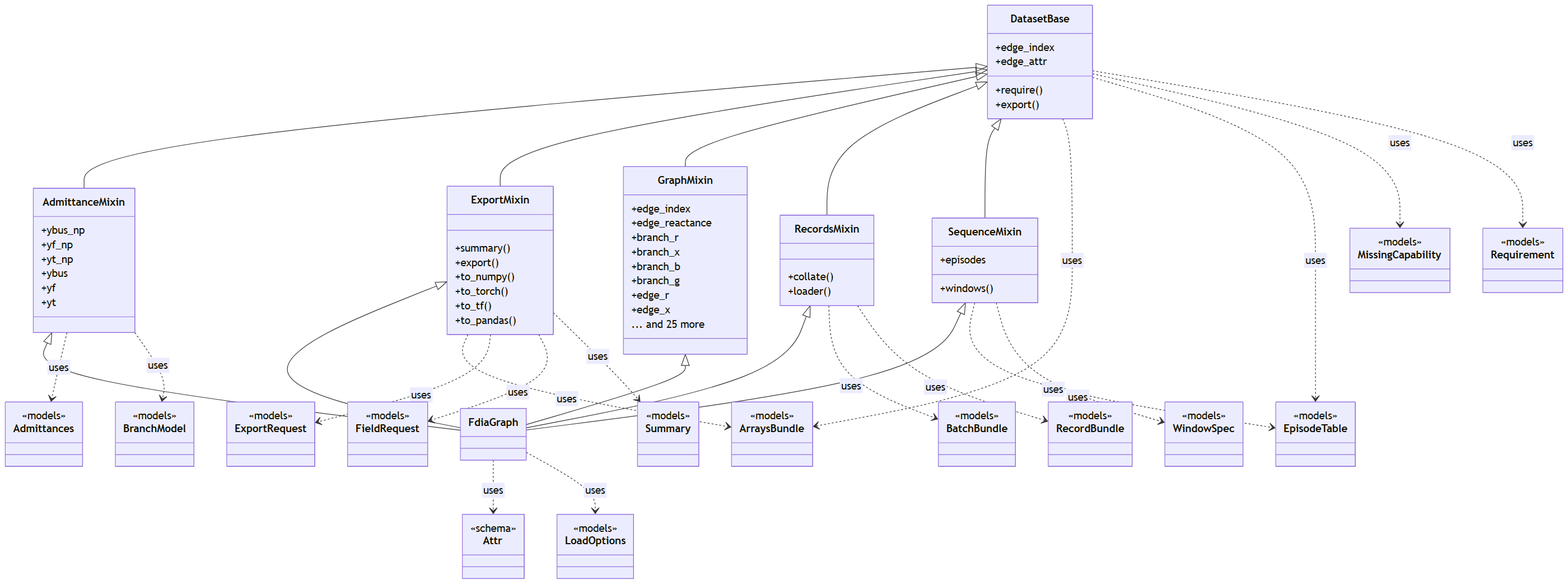
This is docs/figures/diagrams/classes_dataset.png from myersben9/fdia-graph, a Mermaid export, as it was before one commit. Its source is kept beside it as docs/figures/diagrams/classes_dataset.mmd.
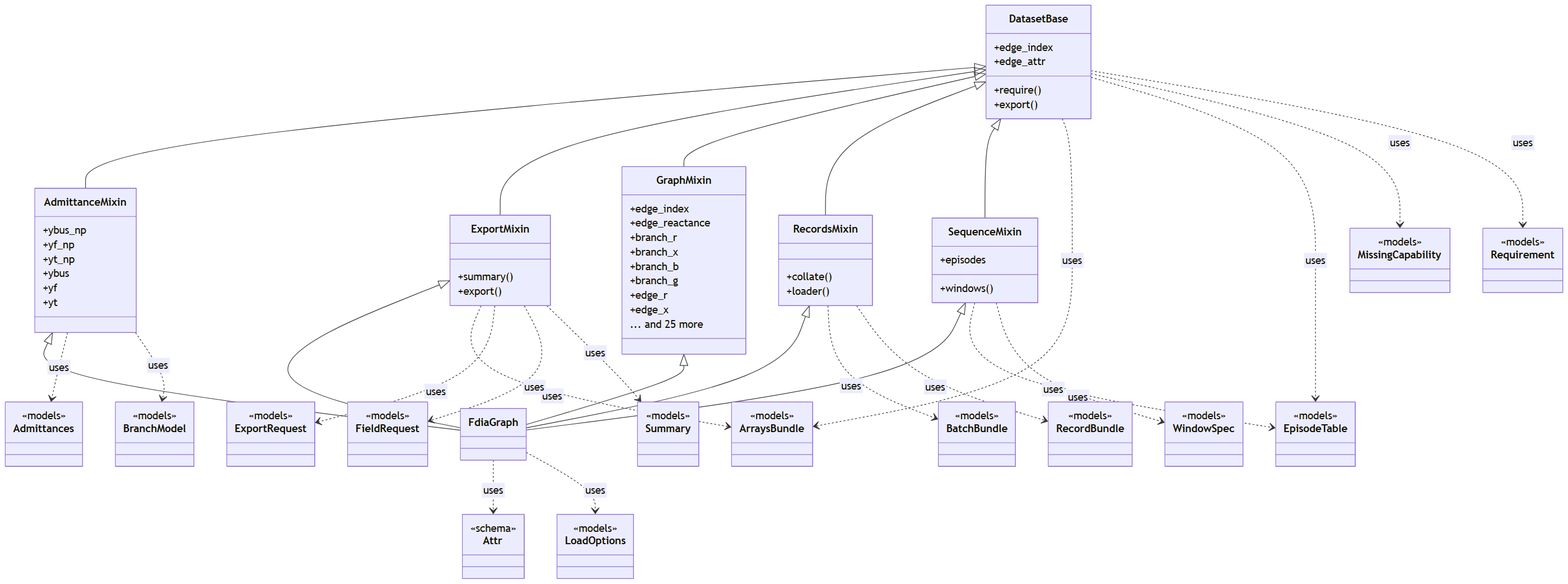
After the change.

Diff of the diagram source:
```diff
@@ -31,10 +31,6 @@
     class ExportMixin {
         +summary()
         +export()
-        +to_numpy()
-        +to_torch()
-        +to_tf()
-        +to_pandas()
     }
     class SequenceMixin {
         +windows()
```
